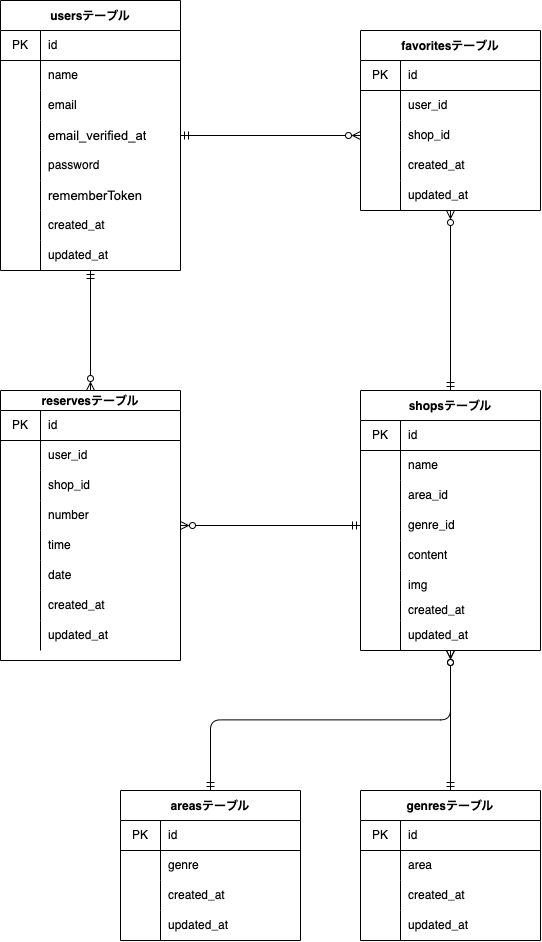
Before: public/imges/readme/rese.drawio.png, a diagram exported from draw.io (appar377/rese-app). Source tidied: cells renumbered, new cells last; positions are measured from the earlier drawing's top-left corner, leaving out a move shared by most shapes.
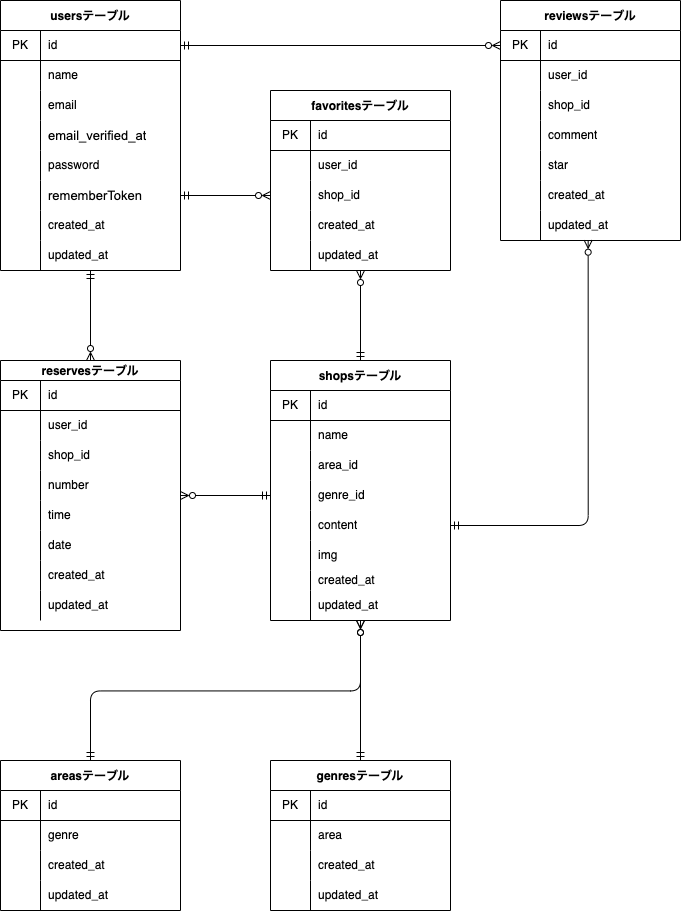
After the change.

Change to the diagram source:
```diff
@@ -3,7 +3,7 @@
     <mxCell id="0" />
     <mxCell id="1" parent="0" />
     <mxCell id="2" value="areasテーブル" style="shape=table;startSize=30;rowLines=0;fontStyle=1;align=center;" parent="1" vertex="1">
-      <mxGeometry x="120" y="790" width="180" height="150" as="geometry" />
+      <mxGeometry y="790" width="180" height="150" as="geometry" />
     </mxCell>
     <mxCell id="3" style="shape=partialRectangle;html=1;whiteSpace=wrap;fillColor=none;top=0;left=0;bottom=1;right=0;" parent="2" vertex="1">
       <mxGeometry y="30" width="180" height="30" as="geometry" />
@@ -45,7 +45,7 @@
       <mxGeometry relative="1" as="geometry" />
     </mxCell>
     <mxCell id="16" value="favoritesテーブル" style="shape=table;startSize=30;rowLines=0;fontStyle=1;align=center;" parent="1" vertex="1">
-      <mxGeometry x="360" y="30" width="180" height="180" as="geometry" />
+      <mxGeometry x="270" y="120" width="180" height="180" as="geometry" />
     </mxCell>
     <mxCell id="17" style="shape=partialRectangle;html=1;whiteSpace=wrap;fillColor=none;top=0;left=0;bottom=1;right=0;" parent="16" vertex="1">
       <mxGeometry y="30" width="180" height="30" as="geometry" />
@@ -174,7 +174,7 @@
       <mxGeometry relative="1" as="geometry" />
     </mxCell>
     <mxCell id="59" value="shopsテーブル" style="shape=table;startSize=30;rowLines=0;fontStyle=1;align=center;" parent="1" vertex="1">
-      <mxGeometry x="360" y="390" width="180" height="260" as="geometry" />
+      <mxGeometry x="270" y="390" width="180" height="260" as="geometry" />
     </mxCell>
     <mxCell id="60" style="shape=partialRectangle;html=1;whiteSpace=wrap;fillColor=none;top=0;left=0;bottom=1;right=0;" parent="59" vertex="1">
       <mxGeometry y="30" width="180" height="30" as="geometry" />
@@ -249,7 +249,7 @@
       <mxGeometry x="40" width="140" height="30" as="geometry" />
     </mxCell>
     <mxCell id="84" value="genresテーブル" style="shape=table;startSize=30;rowLines=0;fontStyle=1;align=center;" parent="1" vertex="1">
-      <mxGeometry x="360" y="790" width="180" height="150" as="geometry" />
+      <mxGeometry x="270" y="790" width="180" height="150" as="geometry" />
     </mxCell>
     <mxCell id="85" style="shape=partialRectangle;html=1;whiteSpace=wrap;fillColor=none;top=0;left=0;bottom=1;right=0;" parent="84" vertex="1">
       <mxGeometry y="30" width="180" height="30" as="geometry" />
@@ -287,14 +287,14 @@
     <mxCell id="96" value="updated_at" style="shape=partialRectangle;html=1;whiteSpace=wrap;fillColor=none;top=0;left=0;bottom=0;right=0;align=left;spacingLeft=6;overflow=hidden;" parent="94" vertex="1">
       <mxGeometry x="40" width="140" height="30" as="geometry" />
     </mxCell>
-    <mxCell id="97" style="edgeStyle=none;html=1;entryX=0;entryY=0.5;entryDx=0;entryDy=0;endArrow=ERzeroToMany;endFill=0;startArrow=ERmandOne;startFill=0;" parent="1" edge="1" source="99" target="23">
+    <mxCell id="97" style="edgeStyle=none;html=1;entryX=0;entryY=0.5;entryDx=0;entryDy=0;endArrow=ERzeroToMany;endFill=0;startArrow=ERmandOne;startFill=0;exitX=1;exitY=0.5;exitDx=0;exitDy=0;" parent="1" edge="1" source="115" target="23">
       <mxGeometry relative="1" as="geometry" />
     </mxCell>
     <mxCell id="98" style="edgeStyle=none;html=1;entryX=0.5;entryY=0;entryDx=0;entryDy=0;endArrow=ERzeroToMany;endFill=0;startArrow=ERmandOne;startFill=0;" parent="1" edge="1" source="99" target="33">
       <mxGeometry relative="1" as="geometry" />
     </mxCell>
     <mxCell id="99" value="usersテーブル" style="shape=table;startSize=30;rowLines=0;fontStyle=1;align=center;" parent="1" vertex="1">
-      <mxGeometry width="180" height="270" as="geometry" />
+      <mxGeometry y="30" width="180" height="270" as="geometry" />
     </mxCell>
     <mxCell id="100" style="shape=partialRectangle;html=1;whiteSpace=wrap;fillColor=none;top=0;left=0;bottom=1;right=0;points=[[0,0.5],[1,0.5]];portConstraint=eastwest;" parent="99" vertex="1">
       <mxGeometry y="30" width="180" height="30" as="geometry" />
@@ -371,5 +371,77 @@
     <mxCell id="124" style="edgeStyle=elbowEdgeStyle;elbow=vertical;endArrow=ERzeroToMany;html=1;exitX=0.5;exitY=0;exitDx=0;exitDy=0;endFill=0;startArrow=ERmandOne;startFill=0;" parent="1" edge="1" source="2" target="81">
       <mxGeometry relative="1" as="geometry" />
     </mxCell>
+    <mxCell id="125" value="reviewsテーブル" style="shape=table;startSize=30;rowLines=0;fontStyle=1;align=center;" parent="1" vertex="1">
+      <mxGeometry x="500" y="30" width="180" height="240" as="geometry" />
+    </mxCell>
+    <mxCell id="126" style="shape=partialRectangle;html=1;whiteSpace=wrap;fillColor=none;top=0;left=0;bottom=1;right=0;points=[[0,0.5],[1,0.5]];portConstraint=eastwest;" parent="125" vertex="1">
+      <mxGeometry y="30" width="180" height="30" as="geometry" />
+    </mxCell>
+    <mxCell id="127" value="PK" style="shape=partialRectangle;html=1;whiteSpace=wrap;fillColor=none;top=0;left=0;bottom=0;right=0;overflow=hidden;" parent="126" vertex="1">
+      <mxGeometry width="40" height="30" as="geometry" />
+    </mxCell>
+    <mxCell id="128" value="id" style="shape=partialRectangle;html=1;whiteSpace=wrap;fillColor=none;top=0;left=0;bottom=0;right=0;align=left;spacingLeft=6;overflow=hidden;" parent="126" vertex="1">
+      <mxGeometry x="40" width="140" height="30" as="geometry" />
+    </mxCell>
+    <mxCell id="129" style="shape=partialRectangle;html=1;whiteSpace=wrap;fillColor=none;top=0;left=0;bottom=0;right=0;" parent="125" vertex="1">
+      <mxGeometry y="60" width="180" height="30" as="geometry" />
+    </mxCell>
+    <mxCell id="130" style="shape=partialRectangle;html=1;whiteSpace=wrap;fillColor=none;top=0;left=0;bottom=0;right=0;overflow=hidden;" parent="129" vertex="1">
+      <mxGeometry width="40" height="30" as="geometry" />
+    </mxCell>
+    <mxCell id="131" value="user_id" style="shape=partialRectangle;html=1;whiteSpace=wrap;fillColor=none;top=0;left=0;bottom=0;right=0;align=left;spacingLeft=6;overflow=hidden;" parent="129" vertex="1">
+      <mxGeometry x="40" width="140" height="30" as="geometry" />
+    </mxCell>
+    <mxCell id="132" style="shape=partialRectangle;html=1;whiteSpace=wrap;fillColor=none;top=0;left=0;bottom=0;right=0;" parent="125" vertex="1">
+      <mxGeometry y="90" width="180" height="30" as="geometry" />
+    </mxCell>
+    <mxCell id="133" style="shape=partialRectangle;html=1;whiteSpace=wrap;fillColor=none;top=0;left=0;bottom=0;right=0;overflow=hidden;" parent="132" vertex="1">
+      <mxGeometry width="40" height="30" as="geometry" />
+    </mxCell>
+    <mxCell id="134" value="shop_id" style="shape=partialRectangle;html=1;whiteSpace=wrap;fillColor=none;top=0;left=0;bottom=0;right=0;align=left;spacingLeft=6;overflow=hidden;" parent="132" vertex="1">
+      <mxGeometry x="40" width="140" height="30" as="geometry" />
+    </mxCell>
+    <mxCell id="135" style="shape=partialRectangle;html=1;whiteSpace=wrap;fillColor=none;top=0;left=0;bottom=0;right=0;" parent="125" vertex="1">
+      <mxGeometry y="120" width="180" height="30" as="geometry" />
+    </mxCell>
+    <mxCell id="136" style="shape=partialRectangle;html=1;whiteSpace=wrap;fillColor=none;top=0;left=0;bottom=0;right=0;overflow=hidden;" parent="135" vertex="1">
+      <mxGeometry width="40" height="30" as="geometry" />
+    </mxCell>
+    <mxCell id="137" value="comment" style="shape=partialRectangle;html=1;whiteSpace=wrap;fillColor=none;top=0;left=0;bottom=0;right=0;align=left;spacingLeft=6;overflow=hidden;" parent="135" vertex="1">
+      <mxGeometry x="40" width="140" height="30" as="geometry" />
+    </mxCell>
+    <mxCell id="138" style="shape=partialRectangle;html=1;whiteSpace=wrap;fillColor=none;top=0;left=0;bottom=0;right=0;" parent="125" vertex="1">
+      <mxGeometry y="150" width="180" height="30" as="geometry" />
+    </mxCell>
+    <mxCell id="139" style="shape=partialRectangle;html=1;whiteSpace=wrap;fillColor=none;top=0;left=0;bottom=0;right=0;overflow=hidden;" parent="138" vertex="1">
+      <mxGeometry width="40" height="30" as="geometry" />
+    </mxCell>
+    <mxCell id="140" value="star" style="shape=partialRectangle;html=1;whiteSpace=wrap;fillColor=none;top=0;left=0;bottom=0;right=0;align=left;spacingLeft=6;overflow=hidden;" parent="138" vertex="1">
+      <mxGeometry x="40" width="140" height="30" as="geometry" />
+    </mxCell>
+    <mxCell id="141" style="shape=partialRectangle;html=1;whiteSpace=wrap;fillColor=none;top=0;left=0;bottom=0;right=0;" parent="125" vertex="1">
+      <mxGeometry y="180" width="180" height="30" as="geometry" />
+    </mxCell>
+    <mxCell id="142" style="shape=partialRectangle;html=1;whiteSpace=wrap;fillColor=none;top=0;left=0;bottom=0;right=0;overflow=hidden;" parent="141" vertex="1">
+      <mxGeometry width="40" height="30" as="geometry" />
+    </mxCell>
+    <mxCell id="143" value="created_at" style="shape=partialRectangle;html=1;whiteSpace=wrap;fillColor=none;top=0;left=0;bottom=0;right=0;align=left;spacingLeft=6;overflow=hidden;" parent="141" vertex="1">
+      <mxGeometry x="40" width="140" height="30" as="geometry" />
+    </mxCell>
+    <mxCell id="144" style="shape=partialRectangle;html=1;whiteSpace=wrap;fillColor=none;top=0;left=0;bottom=0;right=0;points=[[0,0.5],[1,0.5]];portConstraint=eastwest;" parent="125" vertex="1">
+      <mxGeometry y="210" width="180" height="30" as="geometry" />
+    </mxCell>
+    <mxCell id="145" style="shape=partialRectangle;html=1;whiteSpace=wrap;fillColor=none;top=0;left=0;bottom=0;right=0;overflow=hidden;" parent="144" vertex="1">
+      <mxGeometry width="40" height="30" as="geometry" />
+    </mxCell>
+    <mxCell id="146" value="updated_at" style="shape=partialRectangle;html=1;whiteSpace=wrap;fillColor=none;top=0;left=0;bottom=0;right=0;align=left;spacingLeft=6;overflow=hidden;" parent="144" vertex="1">
+      <mxGeometry x="40" width="140" height="30" as="geometry" />
+    </mxCell>
+    <mxCell id="147" style="edgeStyle=none;html=1;entryX=0;entryY=0.5;entryDx=0;entryDy=0;endArrow=ERzeroToMany;endFill=0;startArrow=ERmandOne;startFill=0;" parent="1" edge="1" source="100" target="126">
+      <mxGeometry relative="1" as="geometry" />
+    </mxCell>
+    <mxCell id="148" style="edgeStyle=segmentEdgeStyle;endArrow=ERzeroToMany;html=1;entryX=0.487;entryY=0.99;entryDx=0;entryDy=0;entryPerimeter=0;exitX=1;exitY=0.5;exitDx=0;exitDy=0;startArrow=ERmandOne;startFill=0;endFill=0;" parent="1" edge="1" source="72" target="144">
+      <mxGeometry relative="1" as="geometry" />
+    </mxCell>
   </root>
 </mxGraphModel>
```
